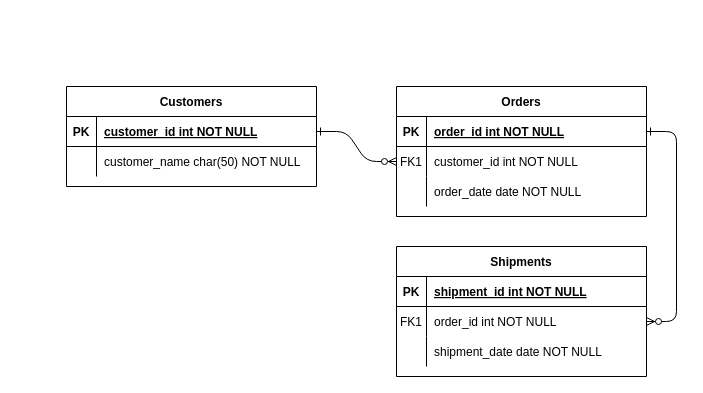
The draw.io diagram Diagramme sans nom.drawio in victor-coppin/Monitoring_MLOps, before the edit. Source tidied: cells renumbered, new cells numbered last; positions are measured from the earlier drawing's top-left corner, leaving out a move shared by most shapes. Both pictures are drawn from the tidied source at 100%, with x=0, y=0 at pixel (66, 86).
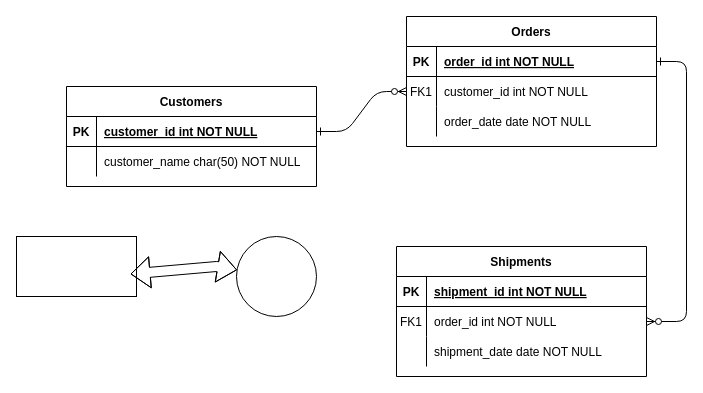
The same diagram, later.

Commit message:
Mettre à jour Diagramme sans nom.drawio

Diff of the diagram source:
```diff
@@
     <mxCell id="4" value="Orders" style="shape=table;startSize=30;childLayout=tableLayout;rowLines=0;fontStyle=1;align=center;" parent="1" vertex="1">
-      <mxGeometry x="330" width="250" height="130" as="geometry" />
+      <mxGeometry x="340" y="-70" width="250" height="130" as="geometry" />
     </mxCell>
@@
+    <mxCell id="31" style="rounded=0;whiteSpace=wrap;html=1;" parent="1" vertex="1">
+      <mxGeometry x="-50" y="150" width="120" height="60" as="geometry" />
+    </mxCell>
+    <mxCell id="32" style="ellipse;whiteSpace=wrap;html=1;" parent="1" vertex="1">
+      <mxGeometry x="170" y="150" width="80" height="80" as="geometry" />
+    </mxCell>
+    <mxCell id="33" style="shape=flexArrow;endArrow=classic;startArrow=classic;html=1;rounded=0;exitX=0.95;exitY=0.625;exitDx=0;exitDy=0;exitPerimeter=0;" parent="1" edge="1" source="31" target="32">
+      <mxGeometry relative="1" as="geometry">
+        <Array as="points">
+          <mxPoint x="150" y="180" />
+        </Array>
+      </mxGeometry>
+    </mxCell>
```
